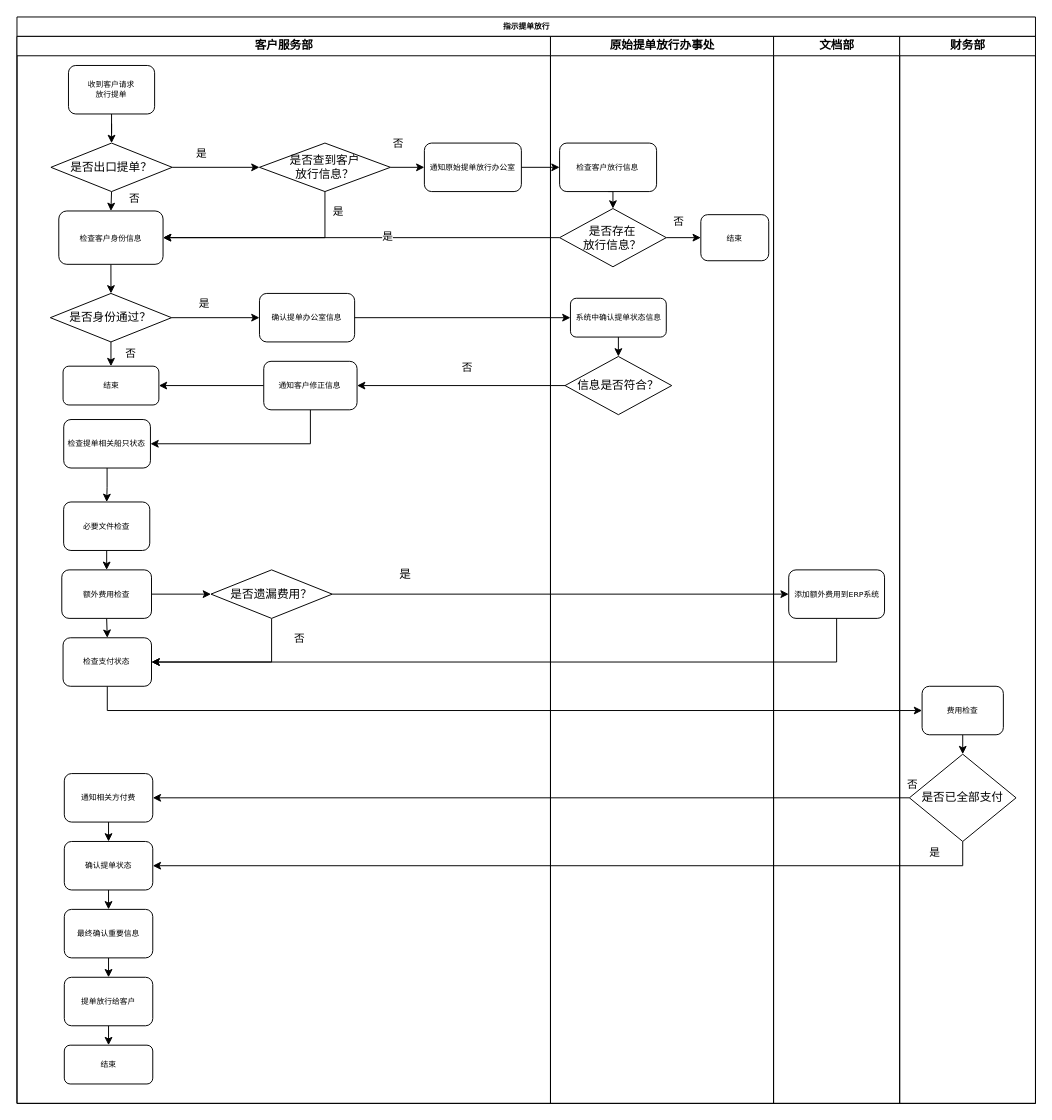
huangdamon/taobao_catch keeps this draw.io diagram as 指示提单放行.drawio. Above is the earlier version. Source tidied: cells renumbered, new cells numbered last; positions are measured from the earlier drawing's top-left corner, leaving out a move shared by most shapes. Both pictures are drawn from the tidied source at 97%, with x=0, y=0 at pixel (16, 16).
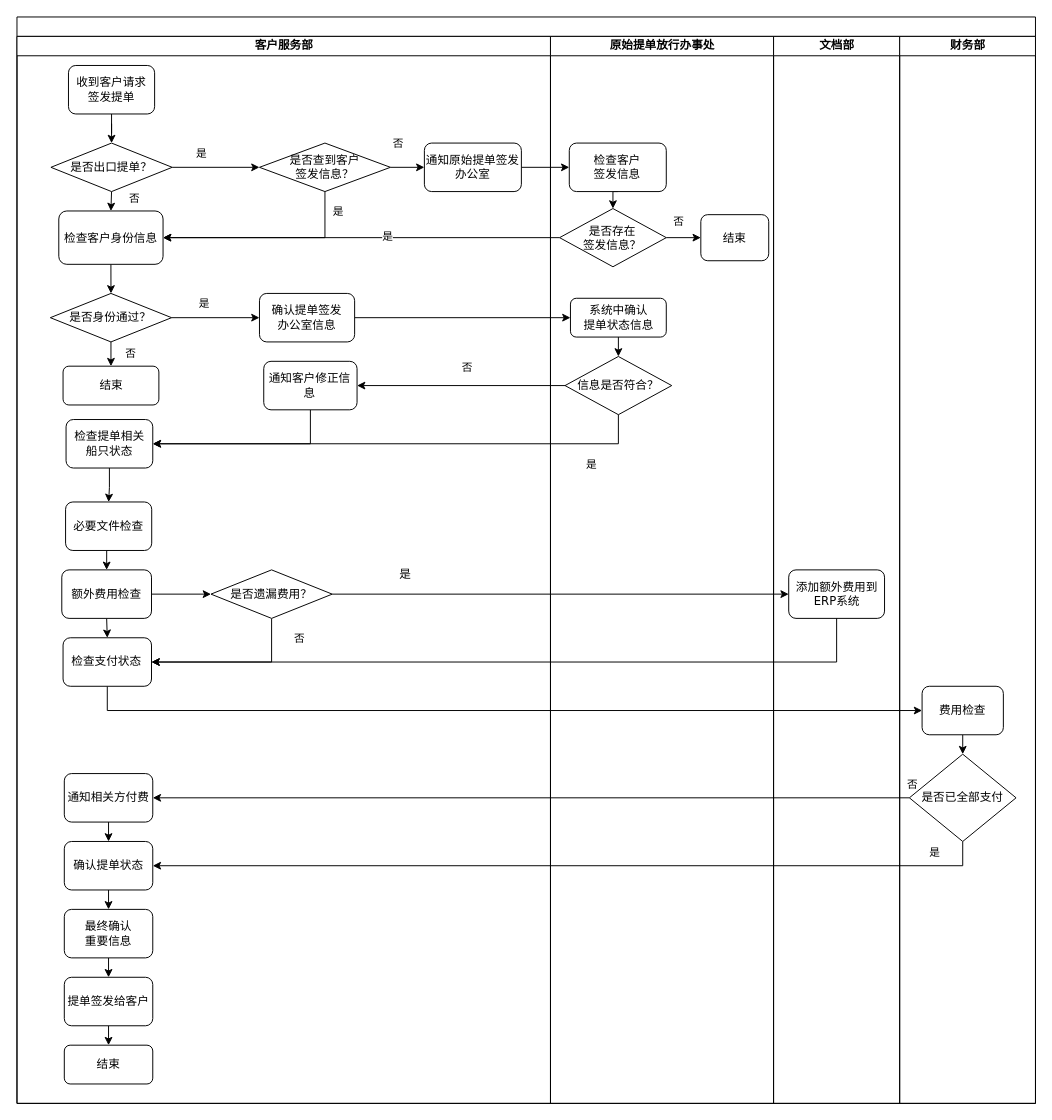
Above is the later version.

Commit message:
Update 指示提单放行.drawio

Unchanged cells that the change refers to:
```xml
<mxCell id="8" value="客户服务部" style="swimlane;html=1;startSize=20;" parent="2" vertex="1">
  <mxGeometry y="20" width="550" height="1100" as="geometry" />
</mxCell>
<mxCell id="61" value="原始提单放行办事处" style="swimlane;html=1;startSize=20;" parent="2" vertex="1">
  <mxGeometry x="550" y="20" width="230" height="1100" as="geometry" />
</mxCell>
<mxCell id="70" value="信息是否符合？" style="rhombus;whiteSpace=wrap;html=1;" parent="61" vertex="1">
  <mxGeometry x="15" y="330" width="110" height="60" as="geometry" />
</mxCell>
<mxCell id="71" value="文档部" style="swimlane;html=1;startSize=20;" parent="2" vertex="1">
  <mxGeometry x="780" y="20" width="130" height="1100" as="geometry" />
</mxCell>
<mxCell id="74" value="财务部" style="swimlane;html=1;startSize=20;" parent="2" vertex="1">
  <mxGeometry x="910" y="20" width="140" height="1100" as="geometry" />
</mxCell>
```

What changed in the source:
```diff
@@
-    <mxCell id="2" value="指示提单放行" style="swimlane;html=1;startSize=20;rounded=0;shadow=0;labelBackgroundColor=none;strokeWidth=1;fontFamily=Verdana;fontSize=8;align=center;" parent="1" vertex="1">
+    <mxCell id="2" style="swimlane;html=1;startSize=20;rounded=0;shadow=0;labelBackgroundColor=none;strokeWidth=1;fontFamily=Verdana;fontSize=8;align=center;" parent="1" vertex="1">
       <mxGeometry width="1050" height="1120" as="geometry" />
     </mxCell>
@@
+    <mxCell id="55" style="edgeStyle=orthogonalEdgeStyle;rounded=0;jettySize=auto;html=1;exitX=1;exitY=0.5;exitDx=0;exitDy=0;entryX=0;entryY=0.5;entryDx=0;entryDy=0;" parent="2" edge="1" source="18" target="63">
+      <mxGeometry relative="1" as="geometry" />
+    </mxCell>
+    <mxCell id="56" style="edgeStyle=orthogonalEdgeStyle;rounded=0;jettySize=auto;html=1;exitX=0;exitY=0.5;exitDx=0;exitDy=0;" parent="2" edge="1" source="66" target="17">
+      <mxGeometry relative="1" as="geometry" />
+    </mxCell>
+    <mxCell id="57" value="是" style="edgeLabel;html=1;align=center;verticalAlign=middle;" parent="56" vertex="1">
+      <mxGeometry x="-0.13" y="-2" relative="1" as="geometry" />
+    </mxCell>
+    <mxCell id="58" style="edgeStyle=orthogonalEdgeStyle;rounded=0;jettySize=auto;html=1;exitX=1;exitY=0.5;exitDx=0;exitDy=0;entryX=0;entryY=0.5;entryDx=0;entryDy=0;" parent="2" edge="1" source="30" target="69">
+      <mxGeometry relative="1" as="geometry" />
+    </mxCell>
+    <mxCell id="59" style="edgeStyle=orthogonalEdgeStyle;rounded=0;jettySize=auto;html=1;exitX=0;exitY=0.5;exitDx=0;exitDy=0;" parent="2" edge="1" source="70" target="33">
+      <mxGeometry relative="1" as="geometry" />
+    </mxCell>
+    <mxCell id="60" value="否" style="edgeLabel;html=1;align=center;verticalAlign=middle;" parent="59" vertex="1">
+      <mxGeometry x="-0.05" y="2" relative="1" as="geometry">
+        <mxPoint y="-22" as="offset" />
+      </mxGeometry>
+    </mxCell>
@@
-    <mxCell id="10" value="收到客户请求&lt;br&gt;放行提单" style="rounded=1;whiteSpace=wrap;html=1;shadow=0;labelBackgroundColor=none;strokeWidth=1;fontFamily=Verdana;fontSize=8;align=center;" parent="8" vertex="1">
+    <mxCell id="10" value="&lt;font style=&quot;font-size: 12px;&quot;&gt;收到客户请求&lt;br&gt;签发提单&lt;/font&gt;" style="rounded=1;whiteSpace=wrap;html=1;shadow=0;labelBackgroundColor=none;strokeWidth=1;fontFamily=Verdana;fontSize=8;align=center;" parent="8" vertex="1">
       <mxGeometry x="53.1" y="30" width="88.8" height="50" as="geometry" />
     </mxCell>
@@
-    <mxCell id="17" value="检查客户身份信息" style="rounded=1;whiteSpace=wrap;html=1;shadow=0;labelBackgroundColor=none;strokeWidth=1;fontFamily=Verdana;fontSize=8;align=center;" parent="8" vertex="1">
+    <mxCell id="17" value="&lt;font style=&quot;font-size: 12px;&quot;&gt;检查客户身份信息&lt;/font&gt;" style="rounded=1;whiteSpace=wrap;html=1;shadow=0;labelBackgroundColor=none;strokeWidth=1;fontFamily=Verdana;fontSize=8;align=center;" parent="8" vertex="1">
       <mxGeometry x="43.1" y="180" width="107.5" height="55" as="geometry" />
     </mxCell>
-    <mxCell id="18" value="通知原始提单放行办公室" style="rounded=1;whiteSpace=wrap;html=1;shadow=0;labelBackgroundColor=none;strokeWidth=1;fontFamily=Verdana;fontSize=8;align=center;" parent="8" vertex="1">
+    <mxCell id="18" value="&lt;font style=&quot;font-size: 12px;&quot;&gt;通知原始提单签发办公室&lt;/font&gt;" style="rounded=1;whiteSpace=wrap;html=1;shadow=0;labelBackgroundColor=none;strokeWidth=1;fontFamily=Verdana;fontSize=8;align=center;" parent="8" vertex="1">
       <mxGeometry x="420" y="110" width="100" height="50" as="geometry" />
     </mxCell>
@@
-    <mxCell id="23" value="是否查到客户&lt;br&gt;放行信息？" style="rhombus;whiteSpace=wrap;html=1;" parent="8" vertex="1">
+    <mxCell id="23" value="是否查到客户&lt;br&gt;签发信息？" style="rhombus;whiteSpace=wrap;html=1;" parent="8" vertex="1">
       <mxGeometry x="250" y="110" width="135" height="50" as="geometry" />
     </mxCell>
@@
-    <mxCell id="29" value="结束" style="rounded=1;whiteSpace=wrap;html=1;shadow=0;labelBackgroundColor=none;strokeWidth=1;fontFamily=Verdana;fontSize=8;align=center;" parent="8" vertex="1">
+    <mxCell id="29" value="&lt;font style=&quot;font-size: 12px;&quot;&gt;结束&lt;/font&gt;" style="rounded=1;whiteSpace=wrap;html=1;shadow=0;labelBackgroundColor=none;strokeWidth=1;fontFamily=Verdana;fontSize=8;align=center;" parent="8" vertex="1">
       <mxGeometry x="47.5" y="340" width="98.8" height="40" as="geometry" />
     </mxCell>
-    <mxCell id="30" value="确认提单办公室信息" style="rounded=1;whiteSpace=wrap;html=1;shadow=0;labelBackgroundColor=none;strokeWidth=1;fontFamily=Verdana;fontSize=8;align=center;" parent="8" vertex="1">
+    <mxCell id="30" value="&lt;font style=&quot;font-size: 12px;&quot;&gt;确认提单签发&lt;br&gt;办公室信息&lt;/font&gt;" style="rounded=1;whiteSpace=wrap;html=1;shadow=0;labelBackgroundColor=none;strokeWidth=1;fontFamily=Verdana;fontSize=8;align=center;" parent="8" vertex="1">
       <mxGeometry x="250" y="265" width="98.1" height="50" as="geometry" />
     </mxCell>
-    <mxCell id="31" style="edgeStyle=orthogonalEdgeStyle;rounded=0;jettySize=auto;html=1;exitX=0;exitY=0.5;exitDx=0;exitDy=0;entryX=1;entryY=0.5;entryDx=0;entryDy=0;" parent="8" edge="1" source="33" target="29">
-      <mxGeometry relative="1" as="geometry" />
-    </mxCell>
@@
-    <mxCell id="33" value="通知客户修正信息" style="rounded=1;whiteSpace=wrap;html=1;shadow=0;labelBackgroundColor=none;strokeWidth=1;fontFamily=Verdana;fontSize=8;align=center;" parent="8" vertex="1">
+    <mxCell id="33" value="&lt;font style=&quot;font-size: 12px;&quot;&gt;通知客户修正信息&lt;/font&gt;" style="rounded=1;whiteSpace=wrap;html=1;shadow=0;labelBackgroundColor=none;strokeWidth=1;fontFamily=Verdana;fontSize=8;align=center;" parent="8" vertex="1">
       <mxGeometry x="254.4" y="335" width="96.2" height="50" as="geometry" />
     </mxCell>
@@
-    <mxCell id="35" value="检查提单相关船只状态" style="rounded=1;whiteSpace=wrap;html=1;shadow=0;labelBackgroundColor=none;strokeWidth=1;fontFamily=Verdana;fontSize=8;align=center;" parent="8" vertex="1">
-      <mxGeometry x="48.2" y="395" width="89.4" height="50" as="geometry" />
+    <mxCell id="35" value="&lt;font style=&quot;font-size: 12px;&quot;&gt;检查提单相关&lt;br&gt;船只状态&lt;/font&gt;" style="rounded=1;whiteSpace=wrap;html=1;shadow=0;labelBackgroundColor=none;strokeWidth=1;fontFamily=Verdana;fontSize=8;align=center;" parent="8" vertex="1">
+      <mxGeometry x="50.6" y="395" width="89.4" height="50" as="geometry" />
     </mxCell>
@@
-    <mxCell id="37" value="必要文件检查" style="rounded=1;whiteSpace=wrap;html=1;shadow=0;labelBackgroundColor=none;strokeWidth=1;fontFamily=Verdana;fontSize=8;align=center;" parent="8" vertex="1">
-      <mxGeometry x="48.1" y="480" width="88.8" height="50" as="geometry" />
+    <mxCell id="37" value="&lt;font style=&quot;font-size: 12px;&quot;&gt;必要文件检查&lt;/font&gt;" style="rounded=1;whiteSpace=wrap;html=1;shadow=0;labelBackgroundColor=none;strokeWidth=1;fontFamily=Verdana;fontSize=8;align=center;" parent="8" vertex="1">
+      <mxGeometry x="50.1" y="480" width="88.8" height="50" as="geometry" />
     </mxCell>
@@
-    <mxCell id="40" value="额外费用检查" style="rounded=1;whiteSpace=wrap;html=1;shadow=0;labelBackgroundColor=none;strokeWidth=1;fontFamily=Verdana;fontSize=8;align=center;" parent="8" vertex="1">
+    <mxCell id="40" value="&lt;font style=&quot;font-size: 12px;&quot;&gt;额外费用检查&lt;/font&gt;" style="rounded=1;whiteSpace=wrap;html=1;shadow=0;labelBackgroundColor=none;strokeWidth=1;fontFamily=Verdana;fontSize=8;align=center;" parent="8" vertex="1">
       <mxGeometry x="46.2" y="550" width="92.5" height="50" as="geometry" />
     </mxCell>
@@
-    <mxCell id="45" value="检查支付状态" style="rounded=1;whiteSpace=wrap;html=1;shadow=0;labelBackgroundColor=none;strokeWidth=1;fontFamily=Verdana;fontSize=8;align=center;" parent="8" vertex="1">
+    <mxCell id="45" value="&lt;font style=&quot;font-size: 12px;&quot;&gt;检查支付状态&lt;/font&gt;" style="rounded=1;whiteSpace=wrap;html=1;shadow=0;labelBackgroundColor=none;strokeWidth=1;fontFamily=Verdana;fontSize=8;align=center;" parent="8" vertex="1">
       <mxGeometry x="47.5" y="620" width="91.2" height="50" as="geometry" />
     </mxCell>
@@
-    <mxCell id="47" value="通知相关方付费" style="rounded=1;whiteSpace=wrap;html=1;shadow=0;labelBackgroundColor=none;strokeWidth=1;fontFamily=Verdana;fontSize=8;align=center;" parent="8" vertex="1">
+    <mxCell id="47" value="&lt;font style=&quot;font-size: 12px;&quot;&gt;通知相关方付费&lt;/font&gt;" style="rounded=1;whiteSpace=wrap;html=1;shadow=0;labelBackgroundColor=none;strokeWidth=1;fontFamily=Verdana;fontSize=8;align=center;" parent="8" vertex="1">
       <mxGeometry x="48.8" y="760" width="91.2" height="50" as="geometry" />
     </mxCell>
@@
-    <mxCell id="49" value="确认提单状态" style="rounded=1;whiteSpace=wrap;html=1;shadow=0;labelBackgroundColor=none;strokeWidth=1;fontFamily=Verdana;fontSize=8;align=center;" parent="8" vertex="1">
+    <mxCell id="49" value="&lt;font style=&quot;font-size: 12px;&quot;&gt;确认提单状态&lt;/font&gt;" style="rounded=1;whiteSpace=wrap;html=1;shadow=0;labelBackgroundColor=none;strokeWidth=1;fontFamily=Verdana;fontSize=8;align=center;" parent="8" vertex="1">
       <mxGeometry x="48.8" y="830" width="91.2" height="50" as="geometry" />
     </mxCell>
@@
-    <mxCell id="51" value="最终确认重要信息" style="rounded=1;whiteSpace=wrap;html=1;shadow=0;labelBackgroundColor=none;strokeWidth=1;fontFamily=Verdana;fontSize=8;align=center;" parent="8" vertex="1">
+    <mxCell id="51" value="&lt;font style=&quot;font-size: 12px;&quot;&gt;最终确认&lt;br&gt;重要信息&lt;/font&gt;" style="rounded=1;whiteSpace=wrap;html=1;shadow=0;labelBackgroundColor=none;strokeWidth=1;fontFamily=Verdana;fontSize=8;align=center;" parent="8" vertex="1">
       <mxGeometry x="48.8" y="900" width="91.2" height="50" as="geometry" />
     </mxCell>
@@
-    <mxCell id="53" value="提单放行给客户" style="rounded=1;whiteSpace=wrap;html=1;shadow=0;labelBackgroundColor=none;strokeWidth=1;fontFamily=Verdana;fontSize=8;align=center;" parent="8" vertex="1">
+    <mxCell id="53" value="&lt;font style=&quot;font-size: 12px;&quot;&gt;提单签发给客户&lt;/font&gt;" style="rounded=1;whiteSpace=wrap;html=1;shadow=0;labelBackgroundColor=none;strokeWidth=1;fontFamily=Verdana;fontSize=8;align=center;" parent="8" vertex="1">
       <mxGeometry x="48.8" y="970" width="91.2" height="50" as="geometry" />
     </mxCell>
-    <mxCell id="54" value="结束" style="rounded=1;whiteSpace=wrap;html=1;shadow=0;labelBackgroundColor=none;strokeWidth=1;fontFamily=Verdana;fontSize=8;align=center;" parent="8" vertex="1">
+    <mxCell id="54" value="&lt;font style=&quot;font-size: 12px;&quot;&gt;结束&lt;/font&gt;" style="rounded=1;whiteSpace=wrap;html=1;shadow=0;labelBackgroundColor=none;strokeWidth=1;fontFamily=Verdana;fontSize=8;align=center;" parent="8" vertex="1">
       <mxGeometry x="48.8" y="1040" width="91.2" height="40" as="geometry" />
     </mxCell>
-    <mxCell id="55" style="edgeStyle=orthogonalEdgeStyle;rounded=0;jettySize=auto;html=1;exitX=1;exitY=0.5;exitDx=0;exitDy=0;entryX=0;entryY=0.5;entryDx=0;entryDy=0;" parent="2" edge="1" source="18" target="63">
-      <mxGeometry relative="1" as="geometry" />
-    </mxCell>
-    <mxCell id="56" style="edgeStyle=orthogonalEdgeStyle;rounded=0;jettySize=auto;html=1;exitX=0;exitY=0.5;exitDx=0;exitDy=0;" parent="2" edge="1" source="66" target="17">
-      <mxGeometry relative="1" as="geometry" />
-    </mxCell>
-    <mxCell id="57" value="是" style="edgeLabel;html=1;align=center;verticalAlign=middle;" parent="56" vertex="1">
-      <mxGeometry x="-0.13" y="-2" relative="1" as="geometry" />
-    </mxCell>
-    <mxCell id="58" style="edgeStyle=orthogonalEdgeStyle;rounded=0;jettySize=auto;html=1;exitX=1;exitY=0.5;exitDx=0;exitDy=0;entryX=0;entryY=0.5;entryDx=0;entryDy=0;" parent="2" edge="1" source="30" target="69">
-      <mxGeometry relative="1" as="geometry" />
-    </mxCell>
-    <mxCell id="59" style="edgeStyle=orthogonalEdgeStyle;rounded=0;jettySize=auto;html=1;exitX=0;exitY=0.5;exitDx=0;exitDy=0;" parent="2" edge="1" source="70" target="33">
-      <mxGeometry relative="1" as="geometry" />
-    </mxCell>
-    <mxCell id="60" value="否" style="edgeLabel;html=1;align=center;verticalAlign=middle;" parent="59" vertex="1">
-      <mxGeometry x="-0.05" y="2" relative="1" as="geometry">
-        <mxPoint y="-22" as="offset" />
-      </mxGeometry>
-    </mxCell>
@@
-    <mxCell id="63" value="检查客户放行信息" style="rounded=1;whiteSpace=wrap;html=1;shadow=0;labelBackgroundColor=none;strokeWidth=1;fontFamily=Verdana;fontSize=8;align=center;" parent="61" vertex="1">
-      <mxGeometry x="9.4" y="110" width="100" height="50" as="geometry" />
+    <mxCell id="63" value="&lt;font style=&quot;font-size: 12px;&quot;&gt;检查客户&lt;br&gt;签发信息&lt;/font&gt;" style="rounded=1;whiteSpace=wrap;html=1;shadow=0;labelBackgroundColor=none;strokeWidth=1;fontFamily=Verdana;fontSize=8;align=center;" parent="61" vertex="1">
+      <mxGeometry x="19.4" y="110" width="100" height="50" as="geometry" />
     </mxCell>
@@
-    <mxCell id="66" value="是否存在&lt;br&gt;放行信息？" style="rhombus;whiteSpace=wrap;html=1;" parent="61" vertex="1">
+    <mxCell id="66" value="是否存在&lt;br&gt;签发信息？" style="rhombus;whiteSpace=wrap;html=1;" parent="61" vertex="1">
       <mxGeometry x="9.4" y="177.5" width="110" height="60" as="geometry" />
     </mxCell>
-    <mxCell id="67" value="结束" style="rounded=1;whiteSpace=wrap;html=1;shadow=0;labelBackgroundColor=none;strokeWidth=1;fontFamily=Verdana;fontSize=8;align=center;" parent="61" vertex="1">
+    <mxCell id="67" value="&lt;font style=&quot;font-size: 12px;&quot;&gt;结束&lt;/font&gt;" style="rounded=1;whiteSpace=wrap;html=1;shadow=0;labelBackgroundColor=none;strokeWidth=1;fontFamily=Verdana;fontSize=8;align=center;" parent="61" vertex="1">
       <mxGeometry x="155" y="183.8" width="70" height="47.5" as="geometry" />
     </mxCell>
@@
-    <mxCell id="69" value="系统中确认提单状态信息" style="rounded=1;whiteSpace=wrap;html=1;shadow=0;labelBackgroundColor=none;strokeWidth=1;fontFamily=Verdana;fontSize=8;align=center;" parent="61" vertex="1">
+    <mxCell id="69" value="&lt;font style=&quot;font-size: 12px;&quot;&gt;系统中确认&lt;br&gt;提单状态信息&lt;/font&gt;" style="rounded=1;whiteSpace=wrap;html=1;shadow=0;labelBackgroundColor=none;strokeWidth=1;fontFamily=Verdana;fontSize=8;align=center;" parent="61" vertex="1">
       <mxGeometry x="20.6" y="270" width="98.8" height="40" as="geometry" />
     </mxCell>
@@
-    <mxCell id="72" value="添加额外费用到ERP系统" style="rounded=1;whiteSpace=wrap;html=1;shadow=0;labelBackgroundColor=none;strokeWidth=1;fontFamily=Verdana;fontSize=8;align=center;" parent="71" vertex="1">
+    <mxCell id="72" value="&lt;font style=&quot;font-size: 12px;&quot;&gt;添加额外费用到ERP系统&lt;/font&gt;" style="rounded=1;whiteSpace=wrap;html=1;shadow=0;labelBackgroundColor=none;strokeWidth=1;fontFamily=Verdana;fontSize=8;align=center;" parent="71" vertex="1">
       <mxGeometry x="15.6" y="550" width="98.8" height="50" as="geometry" />
     </mxCell>
@@
-    <mxCell id="76" value="费用检查" style="rounded=1;whiteSpace=wrap;html=1;shadow=0;labelBackgroundColor=none;strokeWidth=1;fontFamily=Verdana;fontSize=8;align=center;" parent="74" vertex="1">
+    <mxCell id="76" value="&lt;font style=&quot;font-size: 12px;&quot;&gt;费用检查&lt;/font&gt;" style="rounded=1;whiteSpace=wrap;html=1;shadow=0;labelBackgroundColor=none;strokeWidth=1;fontFamily=Verdana;fontSize=8;align=center;" parent="74" vertex="1">
       <mxGeometry x="23.1" y="670" width="83.8" height="50" as="geometry" />
     </mxCell>
@@
+    <mxCell id="79" style="edgeStyle=orthogonalEdgeStyle;rounded=0;jettySize=auto;html=1;exitX=0.5;exitY=1;exitDx=0;exitDy=0;entryX=1;entryY=0.5;entryDx=0;entryDy=0;" parent="2" edge="1" source="70" target="35">
+      <mxGeometry relative="1" as="geometry" />
+    </mxCell>
+    <mxCell id="80" value="是" style="edgeLabel;html=1;align=center;verticalAlign=middle;" parent="79" vertex="1">
+      <mxGeometry x="-0.77" y="1" relative="1" as="geometry">
+        <mxPoint y="19" as="offset" />
+      </mxGeometry>
+    </mxCell>
```
